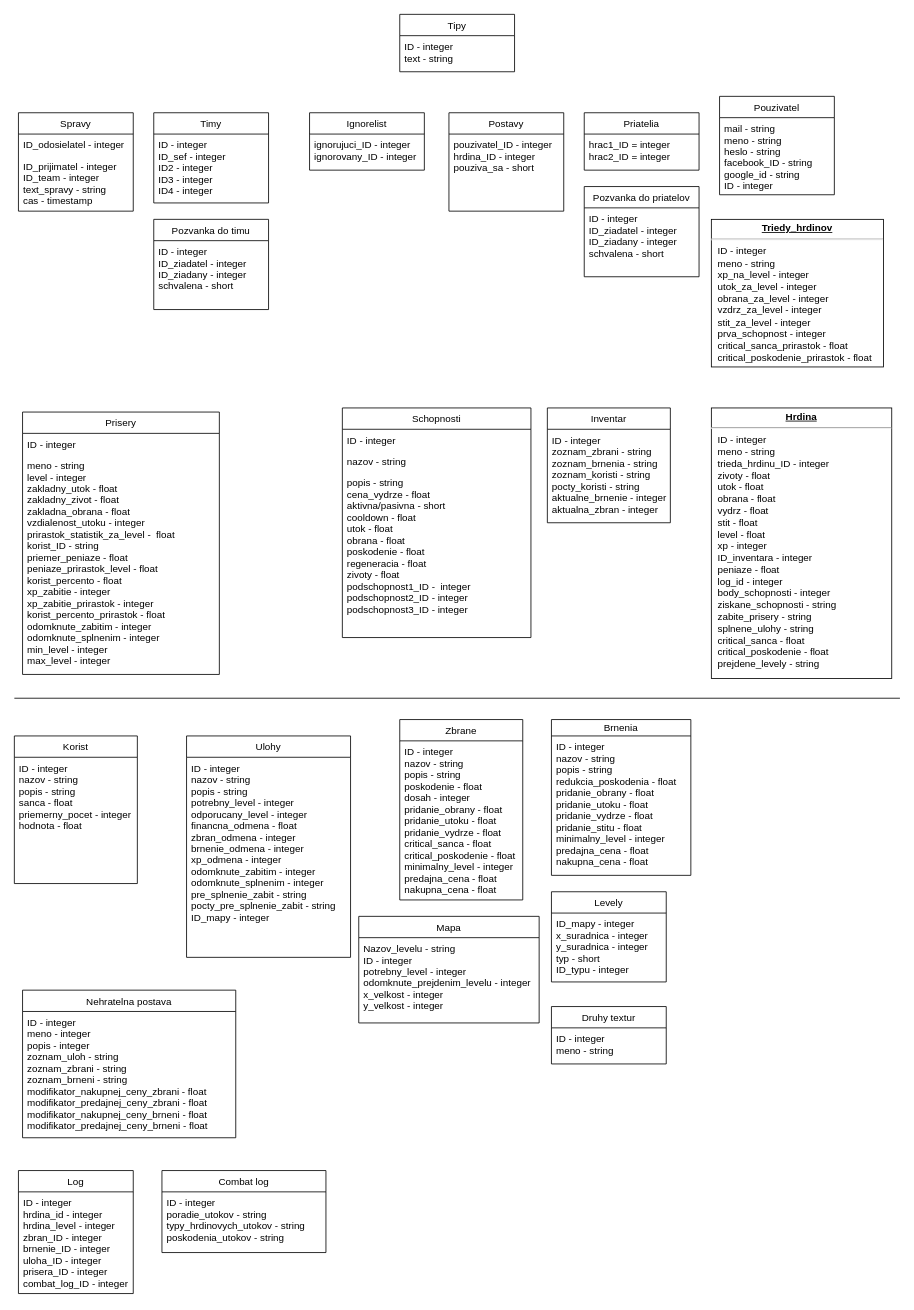
Above: Zadanie4.drawio in matejpirschel/DBS_zadanie_4 (draw.io), before the change. Source tidied: cells renumbered, new cells numbered last; positions are measured from the earlier drawing's top-left corner, leaving out a move shared by most shapes. Both pictures are drawn from the tidied source at 82%, with x=0, y=0 at pixel (14, 14).
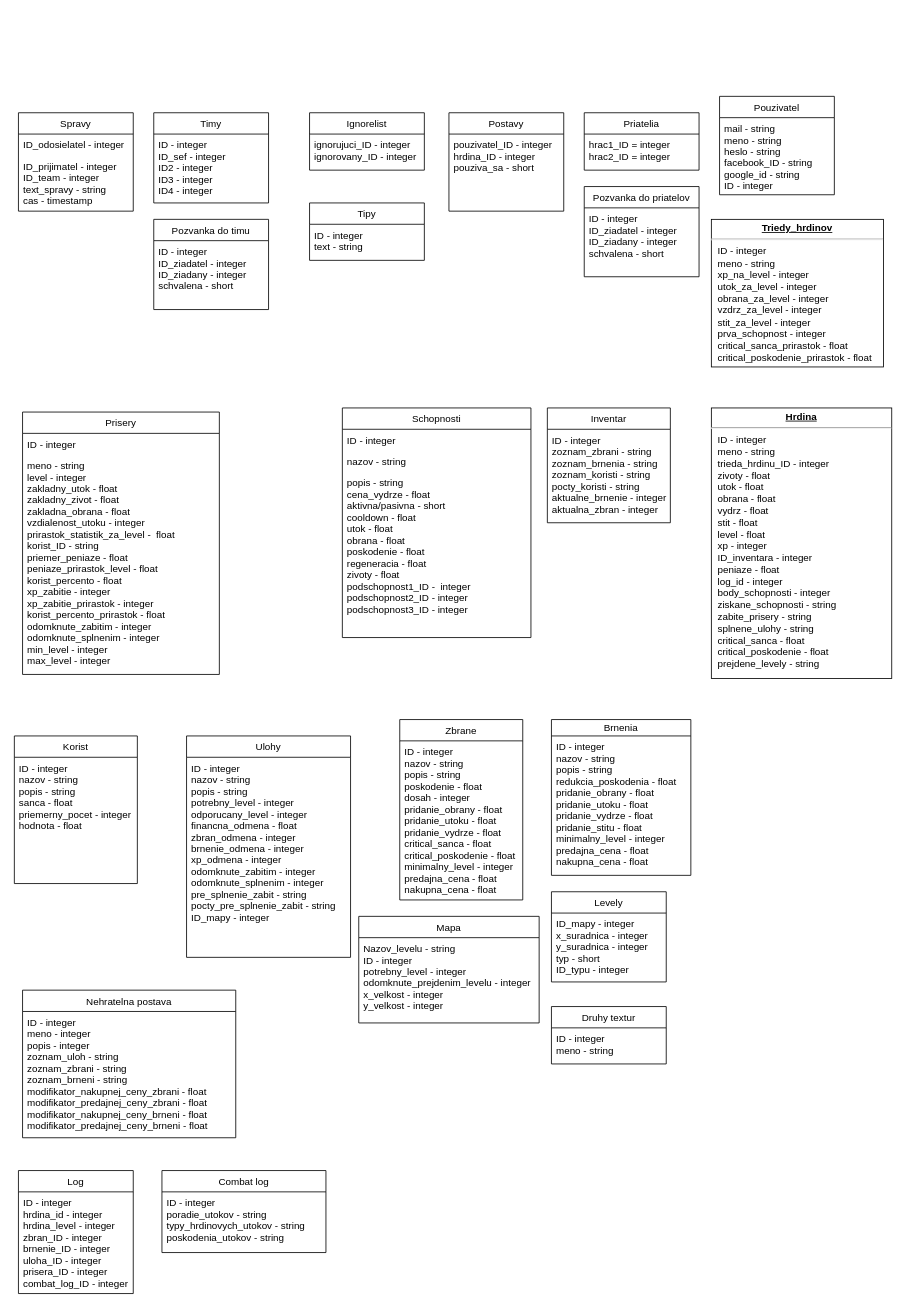
The same page after the edit.

The edit, as a diff of the source:
```diff
@@
     <mxCell id="34" value="Tipy" style="swimlane;fontStyle=0;horizontal=1;startSize=26;fillColor=none;" parent="1" vertex="1">
-      <mxGeometry x="470" width="140" height="70" as="geometry" />
+      <mxGeometry x="360" y="230" width="140" height="70" as="geometry" />
     </mxCell>
@@
-    <mxCell id="52" style="line;strokeWidth=1;fillColor=none;align=left;verticalAlign=middle;spacingTop=-1;spacingLeft=3;spacingRight=3;labelPosition=right;" parent="1" vertex="1">
-      <mxGeometry y="830" width="1080" height="8" as="geometry" />
-    </mxCell>
```
